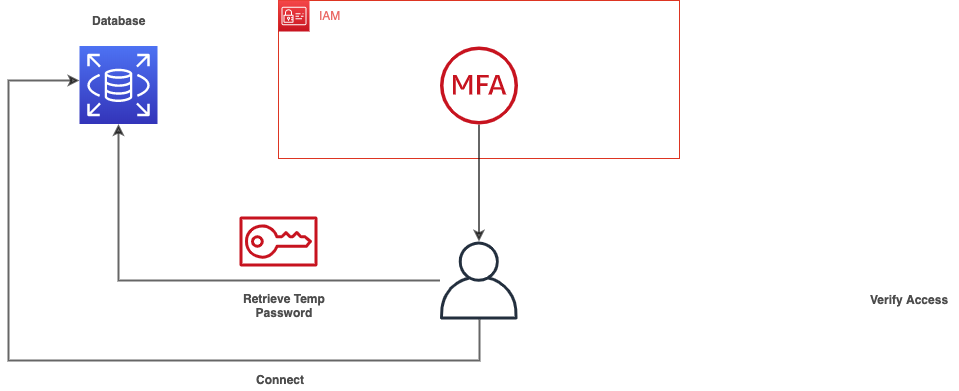
Above: docs/image/DB_MicroConf_Diagrams-IAM_Authentication.png in johncolmdoyle/dbmicroconf-2019 (draw.io), before the change. Source tidied: cells renumbered, new cells last; positions are measured from the earlier drawing's top-left corner, leaving out a move shared by most shapes.
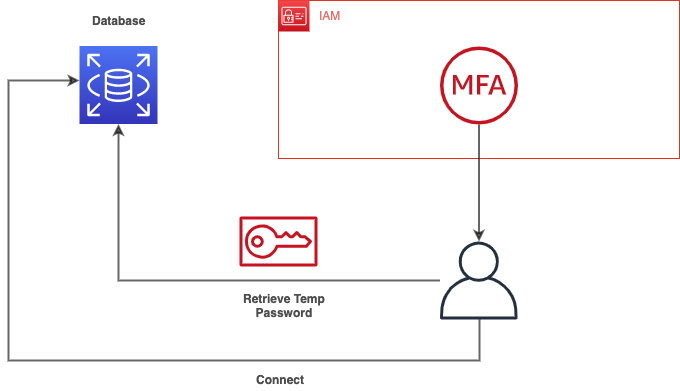
The same diagram one commit later.

Commit message:
Add finishing slide and clean up mistake on the IAM Authentication image

Diff of the diagram source:
```diff
@@ -32,9 +32,6 @@
     <mxCell id="11" style="outlineConnect=0;fontColor=#232F3E;gradientColor=none;fillColor=#232F3E;strokeColor=none;dashed=0;verticalLabelPosition=bottom;verticalAlign=top;align=center;html=1;fontSize=12;fontStyle=0;shape=mxgraph.aws4.user;" parent="1" vertex="1">
       <mxGeometry x="431.5" y="241" width="78" height="78" as="geometry" />
     </mxCell>
-    <mxCell id="12" value="Verify Access" style="text;html=1;align=left;verticalAlign=top;spacingTop=-4;fontColor=#4D4D4D;fontStyle=1;" parent="1" vertex="1">
-      <mxGeometry x="860" y="290" width="90" height="20" as="geometry" />
-    </mxCell>
     <mxCell id="13" value="Retrieve Temp&lt;br&gt;Password" style="text;html=1;align=center;verticalAlign=top;spacingTop=-4;fontColor=#4D4D4D;fontStyle=1;" parent="1" vertex="1">
       <mxGeometry x="231" y="289" width="90" height="30" as="geometry" />
     </mxCell>
```
